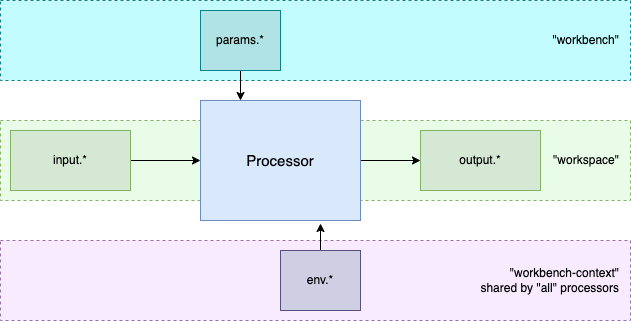
Earlier version of the draw.io export docs/concept-processor.png (org-metaeffekt/metaeffekt-kontinuum). Source tidied: cells renumbered, new cells last; positions are measured from the earlier drawing's top-left corner, leaving out a move shared by most shapes.
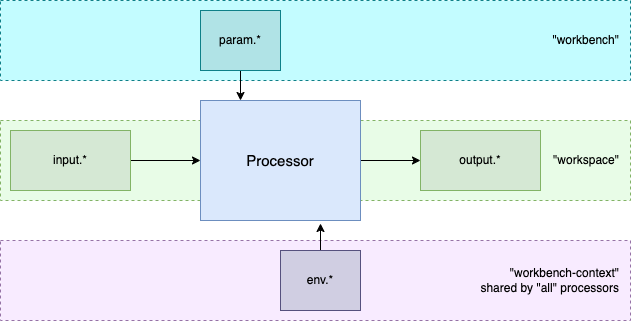
Above is the later version.

Diff of the diagram source:
```diff
@@ -29,7 +29,7 @@
     <mxCell id="10" style="edgeStyle=none;rounded=0;jettySize=auto;html=1;entryX=0.25;entryY=0;entryDx=0;entryDy=0;startArrow=none;startFill=0;" parent="1" edge="1" source="11" target="6">
       <mxGeometry relative="1" as="geometry" />
     </mxCell>
-    <mxCell id="11" value="params.*" style="rounded=0;whiteSpace=wrap;html=1;fillColor=#b0e3e6;strokeColor=#0e8088;" parent="1" vertex="1">
+    <mxCell id="11" value="param.*" style="rounded=0;whiteSpace=wrap;html=1;fillColor=#b0e3e6;strokeColor=#0e8088;" parent="1" vertex="1">
       <mxGeometry x="200" y="10" width="80" height="60" as="geometry" />
     </mxCell>
     <mxCell id="12" style="edgeStyle=none;rounded=0;jettySize=auto;html=1;startArrow=none;startFill=0;" parent="1" edge="1" source="13">
```
